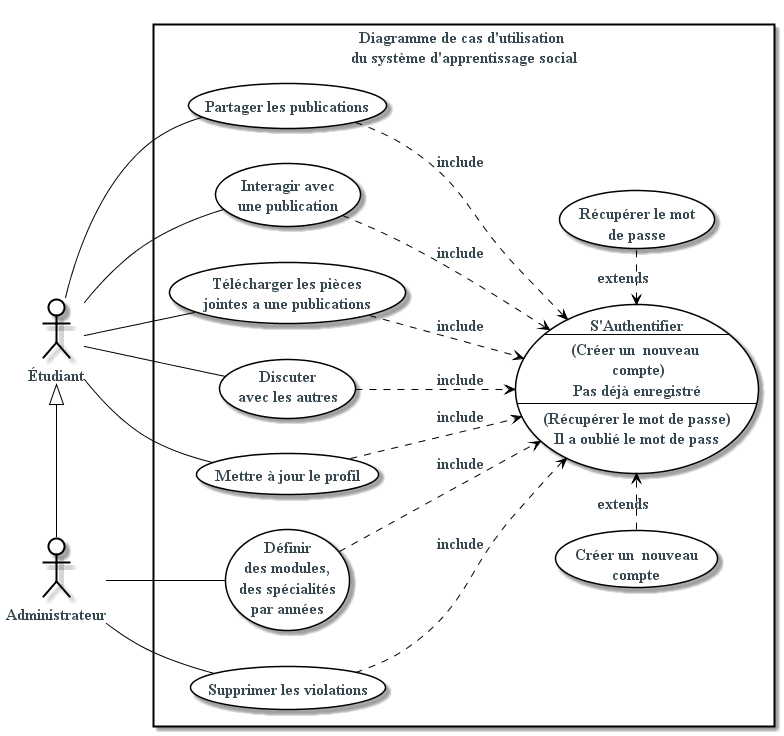
Above: diagrammes/dist/usecase.png in assimhabeek/memoire (PlantUML), before the change.
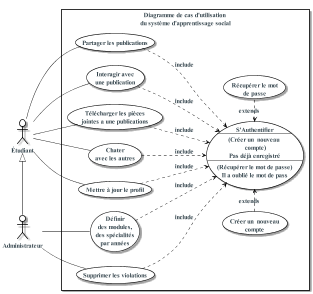
After the change.

The edit, as a diff of the source:
```diff
@@ -32,7 +32,7 @@
                  Il a oublié le mot de pass"
 usecase  register as "Créer un  nouveau \n compte"
 usecase  recover  as "Récupérer le mot \nde passe"
-usecase  communicate  as "Discuter \navec les autres"
+usecase  communicate  as "Chater \navec les autres"
 usecase  defineMSY as "Définir \ndes modules,\n des spécialités \npar années"
 usecase  deleteViolations as "Supprimer les violations"
 usecase  editProfil as "Mettre à jour le profil"
```
